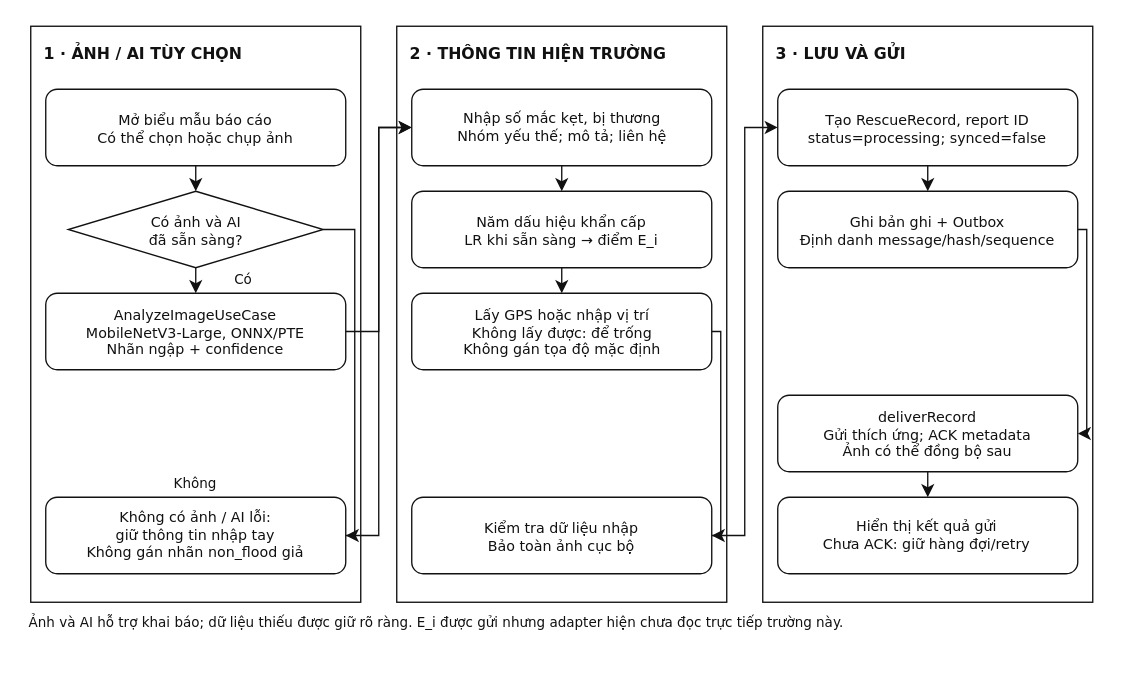
Before: report/assets/diagrams/flow_02_create_report_edge_ai.drawio in ngthtrong/nckh2, a draw.io diagram. Source tidied: cells renumbered, new cells numbered last; positions are measured from the earlier drawing's top-left corner, leaving out a move shared by most shapes. Both pictures are drawn from the tidied source at 150%, with x=0, y=0 at pixel (28, 26).
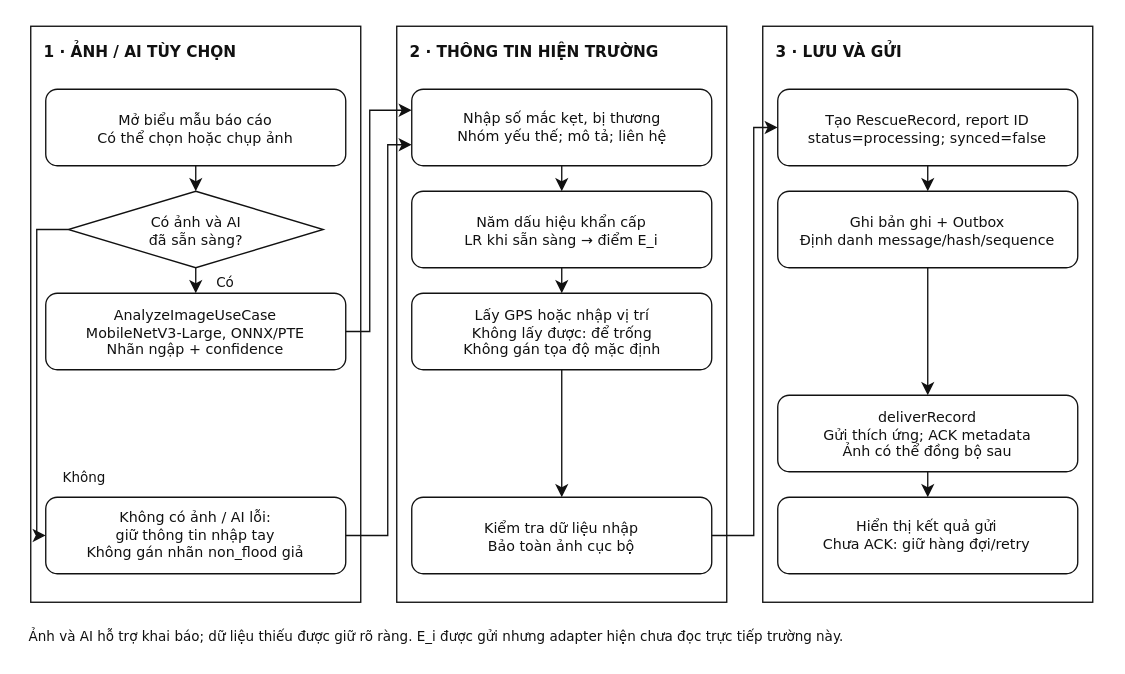
The same diagram, later.

Unchanged cells that the change refers to:
```xml
<mxCell id="10" style="rhombus;fillColor=#FFFFFF;strokeColor=#111111;strokeWidth=0.9;dashed=0;" parent="1" vertex="1">
  <mxGeometry x="26" y="110" width="170" height="51" as="geometry" />
</mxCell>
<mxCell id="12" style="rounded=1;fillColor=#FFFFFF;strokeColor=#111111;strokeWidth=0.9;dashed=0;" parent="1" vertex="1">
  <mxGeometry x="11" y="178" width="200" height="51" as="geometry" />
</mxCell>
<mxCell id="14" style="rounded=1;fillColor=#FFFFFF;strokeColor=#111111;strokeWidth=0.9;dashed=0;" parent="1" vertex="1">
  <mxGeometry x="11" y="314" width="200" height="51" as="geometry" />
</mxCell>
<mxCell id="16" style="rounded=1;fillColor=#FFFFFF;strokeColor=#111111;strokeWidth=0.9;dashed=0;" parent="1" vertex="1">
  <mxGeometry x="255" y="42" width="200" height="51" as="geometry" />
</mxCell>
<mxCell id="20" style="rounded=1;fillColor=#FFFFFF;strokeColor=#111111;strokeWidth=0.9;dashed=0;" parent="1" vertex="1">
  <mxGeometry x="255" y="178" width="200" height="51" as="geometry" />
</mxCell>
<mxCell id="22" style="rounded=1;fillColor=#FFFFFF;strokeColor=#111111;strokeWidth=0.9;dashed=0;" parent="1" vertex="1">
  <mxGeometry x="255" y="314" width="200" height="51" as="geometry" />
</mxCell>
<mxCell id="24" style="rounded=1;fillColor=#FFFFFF;strokeColor=#111111;strokeWidth=0.9;dashed=0;" parent="1" vertex="1">
  <mxGeometry x="499" y="42" width="200" height="51" as="geometry" />
</mxCell>
<mxCell id="26" style="rounded=1;fillColor=#FFFFFF;strokeColor=#111111;strokeWidth=0.9;dashed=0;" parent="1" vertex="1">
  <mxGeometry x="499" y="110" width="200" height="51" as="geometry" />
</mxCell>
<mxCell id="28" style="rounded=1;fillColor=#FFFFFF;strokeColor=#111111;strokeWidth=0.9;dashed=0;" parent="1" vertex="1">
  <mxGeometry x="499" y="246" width="200" height="51" as="geometry" />
</mxCell>
```

The edit, as a diff of the source:
```diff
@@
-    <mxCell id="3" value="&lt;div&gt;1 · ẢNH / AI TÙY CHỌN&lt;/div&gt;" style="text;html=1;whiteSpace=wrap;align=left;verticalAlign=middle;fontFamily=DejaVu Sans;fontSize=10.5;fontStyle=1;fontColor=#111111;spacing=0;overflow=visible;" parent="1" vertex="1">
-      <mxGeometry x="10" y="9.8" width="135.5" height="16.4" as="geometry" />
+    <mxCell id="3" value="&lt;div&gt;1 · ẢNH / AI TÙY CHỌN&lt;/div&gt;" style="text;html=1;whiteSpace=wrap;align=left;verticalAlign=middle;fontFamily=DejaVu Sans;fontSize=10.2;fontStyle=1;fontColor=#111111;spacing=0;overflow=visible;" parent="1" vertex="1">
+      <mxGeometry x="10" y="10.5" width="129.7" height="15" as="geometry" />
     </mxCell>
@@
-    <mxCell id="5" value="&lt;div&gt;2 · THÔNG TIN HIỆN TRƯỜNG&lt;/div&gt;" style="text;html=1;whiteSpace=wrap;align=left;verticalAlign=middle;fontFamily=DejaVu Sans;fontSize=10.5;fontStyle=1;fontColor=#111111;spacing=0;overflow=visible;" parent="1" vertex="1">
-      <mxGeometry x="254" y="10.3" width="174.7" height="15.3" as="geometry" />
+    <mxCell id="5" value="&lt;div&gt;2 · THÔNG TIN HIỆN TRƯỜNG&lt;/div&gt;" style="text;html=1;whiteSpace=wrap;align=left;verticalAlign=middle;fontFamily=DejaVu Sans;fontSize=10.2;fontStyle=1;fontColor=#111111;spacing=0;overflow=visible;" parent="1" vertex="1">
+      <mxGeometry x="254" y="11.1" width="167.4" height="13.9" as="geometry" />
     </mxCell>
@@
-    <mxCell id="7" value="&lt;div&gt;3 · LƯU VÀ GỬI&lt;/div&gt;" style="text;html=1;whiteSpace=wrap;align=left;verticalAlign=middle;fontFamily=DejaVu Sans;fontSize=10.5;fontStyle=1;fontColor=#111111;spacing=0;overflow=visible;" parent="1" vertex="1">
-      <mxGeometry x="498" y="10.9" width="89.7" height="14.2" as="geometry" />
+    <mxCell id="7" value="&lt;div&gt;3 · LƯU VÀ GỬI&lt;/div&gt;" style="text;html=1;whiteSpace=wrap;align=left;verticalAlign=middle;fontFamily=DejaVu Sans;fontSize=10.2;fontStyle=1;fontColor=#111111;spacing=0;overflow=visible;" parent="1" vertex="1">
+      <mxGeometry x="498" y="11.6" width="85.9" height="12.8" as="geometry" />
     </mxCell>
@@
+    <mxCell id="34" value="&lt;div&gt;Có&lt;/div&gt;" style="text;html=1;whiteSpace=wrap;align=center;verticalAlign=middle;fontFamily=DejaVu Sans;fontSize=9;fontStyle=0;fontColor=#111111;spacing=0;overflow=visible;" parent="1" vertex="1">
+      <mxGeometry x="124.1" y="165.3" width="13.8" height="11.4" as="geometry" />
+    </mxCell>
@@
-    <mxCell id="34" value="&lt;div&gt;Có&lt;/div&gt;" style="text;html=1;whiteSpace=wrap;align=center;verticalAlign=middle;fontFamily=DejaVu Sans;fontSize=9;fontStyle=0;fontColor=#111111;spacing=0;overflow=visible;" parent="1" vertex="1">
-      <mxGeometry x="136.1" y="163.3" width="13.8" height="11.4" as="geometry" />
-    </mxCell>
+    <mxCell id="36" value="&lt;div&gt;Không&lt;/div&gt;" style="text;html=1;whiteSpace=wrap;align=center;verticalAlign=middle;fontFamily=DejaVu Sans;fontSize=9;fontStyle=0;fontColor=#111111;spacing=0;overflow=visible;" parent="1" vertex="1">
+      <mxGeometry x="21.8" y="295.3" width="30.4" height="11.4" as="geometry" />
+    </mxCell>
-    <mxCell id="35" style="html=1;rounded=0;strokeColor=#111111;strokeWidth=0.9;dashed=0;endArrow=classic;startArrow=none;exitX=1.0;exitY=0.5;entryX=1.0;entryY=0.5;" parent="1" edge="1" source="10" target="14">
+    <mxCell id="35" style="html=1;rounded=0;strokeColor=#111111;strokeWidth=0.9;dashed=0;endArrow=classic;startArrow=none;exitX=0.0;exitY=0.5;entryX=0.0;entryY=0.5;" parent="1" edge="1" source="10" target="14">
       <mxGeometry relative="1" as="geometry">
         <Array as="points">
-          <mxPoint x="217" y="135.5" />
-          <mxPoint x="217" y="339.5" />
+          <mxPoint x="5" y="135.5" />
+          <mxPoint x="5" y="339.5" />
         </Array>
       </mxGeometry>
     </mxCell>
-    <mxCell id="36" value="&lt;div&gt;Không&lt;/div&gt;" style="text;html=1;whiteSpace=wrap;align=center;verticalAlign=middle;fontFamily=DejaVu Sans;fontSize=9;fontStyle=0;fontColor=#111111;spacing=0;overflow=visible;" parent="1" vertex="1">
-      <mxGeometry x="95.8" y="299.3" width="30.4" height="11.4" as="geometry" />
-    </mxCell>
-    <mxCell id="37" style="html=1;rounded=0;strokeColor=#111111;strokeWidth=0.9;dashed=0;endArrow=classic;startArrow=none;exitX=1.0;exitY=0.5;entryX=0.0;entryY=0.5;" parent="1" edge="1" source="12" target="16">
+    <mxCell id="37" style="html=1;rounded=0;strokeColor=#111111;strokeWidth=0.9;dashed=0;endArrow=classic;startArrow=none;exitX=1.0;exitY=0.5;entryX=0.0;entryY=0.27450980392156865;" parent="1" edge="1" source="12" target="16">
       <mxGeometry relative="1" as="geometry">
         <Array as="points">
-          <mxPoint x="233" y="203.5" />
-          <mxPoint x="233" y="67.5" />
+          <mxPoint x="227" y="203.5" />
+          <mxPoint x="227" y="56" />
         </Array>
       </mxGeometry>
     </mxCell>
-    <mxCell id="38" style="html=1;rounded=0;strokeColor=#111111;strokeWidth=0.9;dashed=0;endArrow=classic;startArrow=none;exitX=1.0;exitY=0.5;entryX=0.0;entryY=0.5;" parent="1" edge="1" source="14" target="16">
+    <mxCell id="38" style="html=1;rounded=0;strokeColor=#111111;strokeWidth=0.9;dashed=0;endArrow=classic;startArrow=none;exitX=1.0;exitY=0.5;entryX=0.0;entryY=0.7254901960784313;" parent="1" edge="1" source="14" target="16">
       <mxGeometry relative="1" as="geometry">
         <Array as="points">
-          <mxPoint x="233" y="339.5" />
-          <mxPoint x="233" y="67.5" />
+          <mxPoint x="239" y="339.5" />
+          <mxPoint x="239" y="79" />
         </Array>
       </mxGeometry>
     </mxCell>
@@
-    <mxCell id="41" style="html=1;rounded=0;strokeColor=#111111;strokeWidth=0.9;dashed=0;endArrow=classic;startArrow=none;exitX=1.0;exitY=0.5;entryX=1.0;entryY=0.5;" parent="1" edge="1" source="20" target="22">
-      <mxGeometry relative="1" as="geometry">
-        <Array as="points">
-          <mxPoint x="461" y="203.5" />
-          <mxPoint x="461" y="339.5" />
-        </Array>
-      </mxGeometry>
+    <mxCell id="41" style="html=1;rounded=0;strokeColor=#111111;strokeWidth=0.9;dashed=0;endArrow=classic;startArrow=none;exitX=0.5;exitY=1.0;entryX=0.5;entryY=0.0;" parent="1" edge="1" source="20" target="22">
+      <mxGeometry relative="1" as="geometry" />
     </mxCell>
     <mxCell id="42" style="html=1;rounded=0;strokeColor=#111111;strokeWidth=0.9;dashed=0;endArrow=classic;startArrow=none;exitX=1.0;exitY=0.5;entryX=0.0;entryY=0.5;" parent="1" edge="1" source="22" target="24">
       <mxGeometry relative="1" as="geometry">
         <Array as="points">
-          <mxPoint x="477" y="339.5" />
-          <mxPoint x="477" y="67.5" />
+          <mxPoint x="483" y="339.5" />
+          <mxPoint x="483" y="67.5" />
         </Array>
       </mxGeometry>
     </mxCell>
@@
-    <mxCell id="44" style="html=1;rounded=0;strokeColor=#111111;strokeWidth=0.9;dashed=0;endArrow=classic;startArrow=none;exitX=1.0;exitY=0.5;entryX=1.0;entryY=0.5;" parent="1" edge="1" source="26" target="28">
-      <mxGeometry relative="1" as="geometry">
-        <Array as="points">
-          <mxPoint x="705" y="135.5" />
-          <mxPoint x="705" y="271.5" />
-        </Array>
-      </mxGeometry>
+    <mxCell id="44" style="html=1;rounded=0;strokeColor=#111111;strokeWidth=0.9;dashed=0;endArrow=classic;startArrow=none;exitX=0.5;exitY=1.0;entryX=0.5;entryY=0.0;" parent="1" edge="1" source="26" target="28">
+      <mxGeometry relative="1" as="geometry" />
     </mxCell>
@@
     <mxCell id="46" value="&lt;div&gt;Ảnh và AI hỗ trợ khai báo; dữ liệu thiếu được giữ rõ ràng. E_i được gửi nhưng adapter hiện chưa đọc trực tiếp trường này.&lt;/div&gt;" style="text;html=1;whiteSpace=wrap;align=left;verticalAlign=middle;fontFamily=DejaVu Sans;fontSize=9;fontStyle=0;fontColor=#111111;spacing=0;overflow=visible;" parent="1" vertex="1">
-      <mxGeometry y="391.3" width="547" height="13.5" as="geometry" />
+      <mxGeometry y="400.3" width="547" height="13.5" as="geometry" />
     </mxCell>
```
